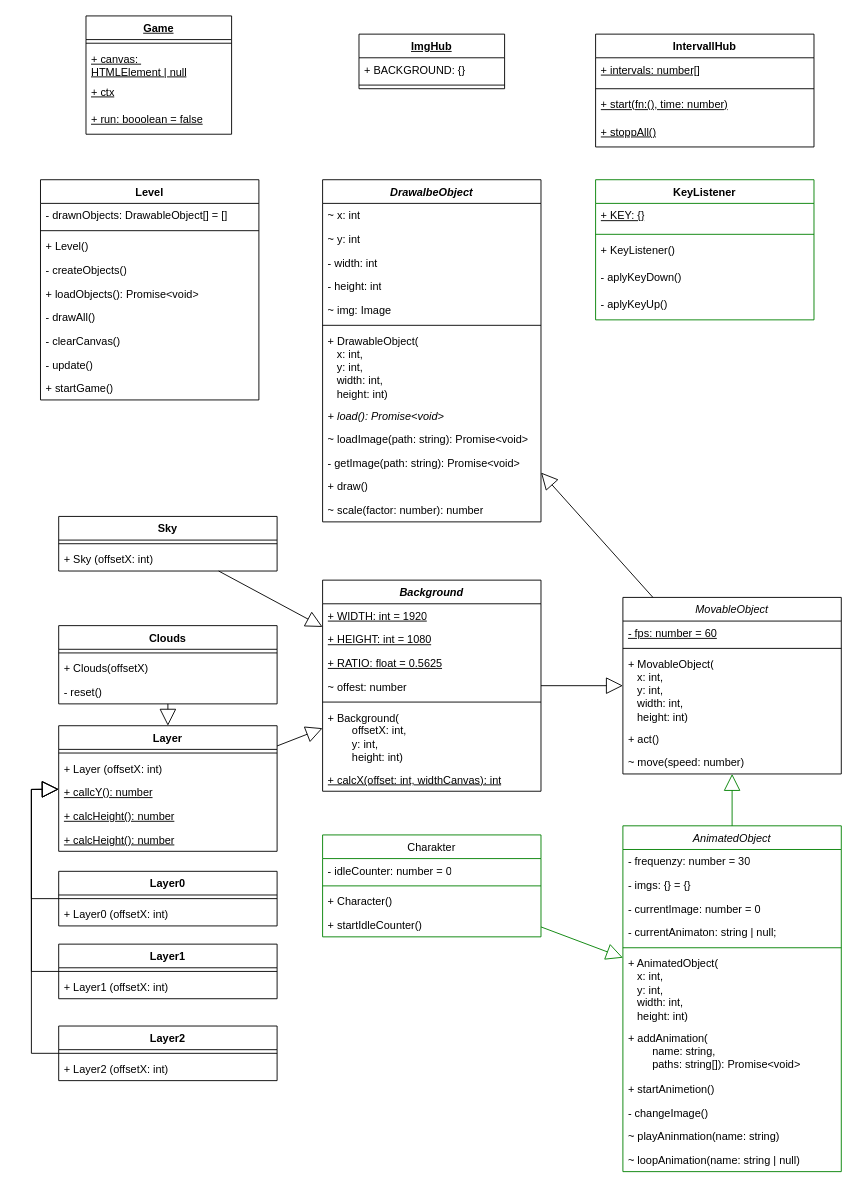
Earlier version of the draw.io diagram docs/classes.drawio (elma1989/el-pollo-loco). Source tidied: cells renumbered, new cells numbered last; positions are measured from the earlier drawing's top-left corner, leaving out a move shared by most shapes. Both pictures are drawn from the tidied source at 91%, with x=0, y=0 at pixel (31, 15).
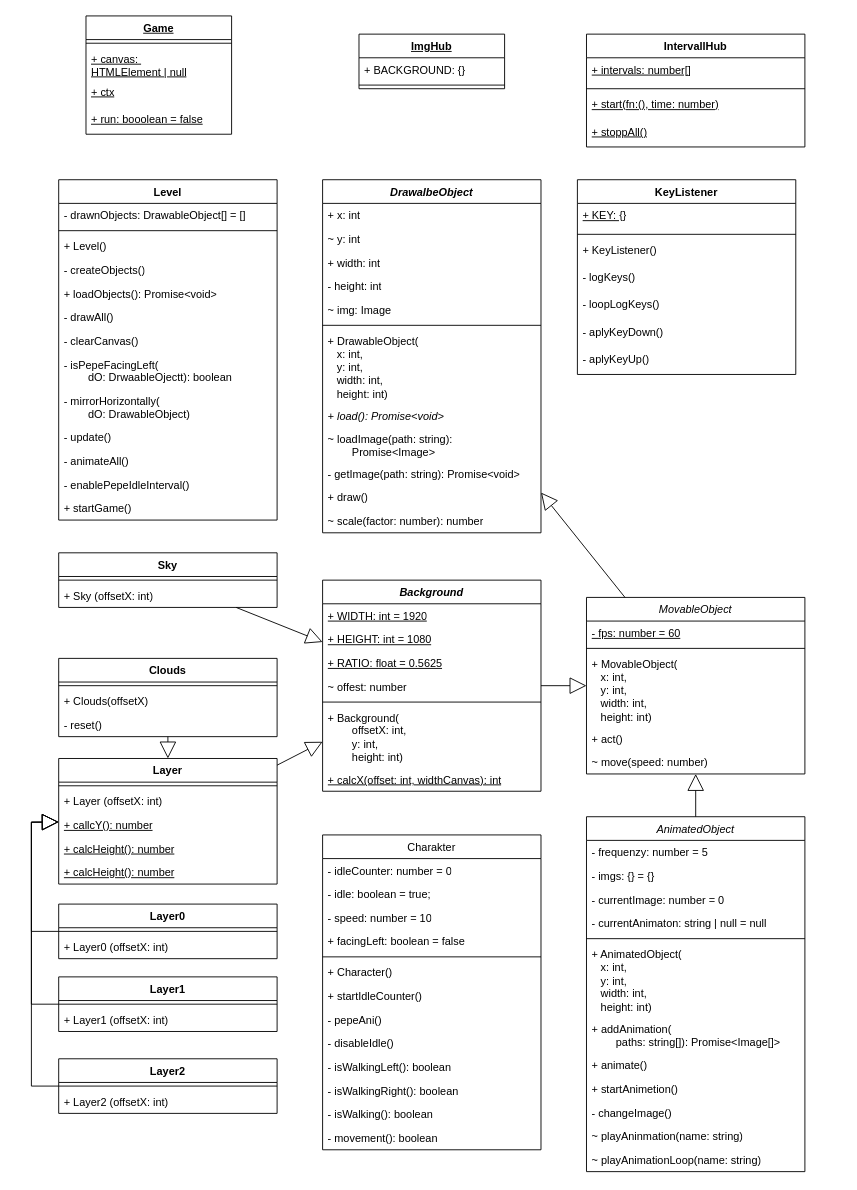
The same diagram, later.

Commit message (it also covers changes not shown here):
doc: Updated classes.drawio - Updated class diagram to Character (#40)

Change to the diagram source:
```diff
@@
     <mxCell id="10" value="DrawalbeObject" style="swimlane;fontStyle=3;align=center;verticalAlign=top;horizontal=1;startSize=26;whiteSpace=wrap;html=1;" parent="1" vertex="1">
-      <mxGeometry x="320" y="180" width="240" height="376" as="geometry" />
+      <mxGeometry x="320" y="180" width="240" height="388" as="geometry" />
     </mxCell>
-    <mxCell id="11" value="~ x: int" style="text;strokeColor=none;fillColor=none;align=left;verticalAlign=top;spacingLeft=4;spacingRight=4;overflow=hidden;whiteSpace=wrap;html=1;" parent="10" vertex="1">
+    <mxCell id="11" value="+ x: int" style="text;strokeColor=none;fillColor=none;align=left;verticalAlign=top;spacingLeft=4;spacingRight=4;overflow=hidden;whiteSpace=wrap;html=1;" parent="10" vertex="1">
       <mxGeometry y="26" width="240" height="26" as="geometry" />
     </mxCell>
@@
-    <mxCell id="13" value="- width: int" style="text;strokeColor=none;fillColor=none;align=left;verticalAlign=top;spacingLeft=4;spacingRight=4;overflow=hidden;whiteSpace=wrap;html=1;" parent="10" vertex="1">
+    <mxCell id="13" value="+ width: int" style="text;strokeColor=none;fillColor=none;align=left;verticalAlign=top;spacingLeft=4;spacingRight=4;overflow=hidden;whiteSpace=wrap;html=1;" parent="10" vertex="1">
       <mxGeometry y="78" width="240" height="26" as="geometry" />
     </mxCell>
@@
-    <mxCell id="19" value="~ loadImage(path: string): Promise&amp;lt;void&amp;gt;" style="text;strokeColor=none;fillColor=none;align=left;verticalAlign=top;spacingLeft=4;spacingRight=4;overflow=hidden;whiteSpace=wrap;html=1;fontStyle=0;" parent="10" vertex="1">
-      <mxGeometry y="272" width="240" height="26" as="geometry" />
+    <mxCell id="19" value="~ loadImage(path: string): &lt;span style=&quot;white-space: pre;&quot;&gt;&#9;&lt;/span&gt;Promise&amp;lt;Image&amp;gt;" style="text;strokeColor=none;fillColor=none;align=left;verticalAlign=top;spacingLeft=4;spacingRight=4;overflow=hidden;whiteSpace=wrap;html=1;fontStyle=0;" parent="10" vertex="1">
+      <mxGeometry y="272" width="240" height="38" as="geometry" />
     </mxCell>
     <mxCell id="20" value="- getImage(path: string): Promise&amp;lt;void&amp;gt;" style="text;strokeColor=none;fillColor=none;align=left;verticalAlign=top;spacingLeft=4;spacingRight=4;overflow=hidden;whiteSpace=wrap;html=1;" parent="10" vertex="1">
-      <mxGeometry y="298" width="240" height="26" as="geometry" />
+      <mxGeometry y="310" width="240" height="26" as="geometry" />
     </mxCell>
     <mxCell id="21" value="+ draw()" style="text;strokeColor=none;fillColor=none;align=left;verticalAlign=top;spacingLeft=4;spacingRight=4;overflow=hidden;whiteSpace=wrap;html=1;" parent="10" vertex="1">
-      <mxGeometry y="324" width="240" height="26" as="geometry" />
+      <mxGeometry y="336" width="240" height="26" as="geometry" />
     </mxCell>
     <mxCell id="22" value="~ scale(factor: number): number" style="text;strokeColor=none;fillColor=none;align=left;verticalAlign=top;spacingLeft=4;spacingRight=4;overflow=hidden;whiteSpace=wrap;html=1;" parent="10" vertex="1">
-      <mxGeometry y="350" width="240" height="26" as="geometry" />
+      <mxGeometry y="362" width="240" height="26" as="geometry" />
     </mxCell>
@@
     <mxCell id="31" value="Sky" style="swimlane;fontStyle=1;align=center;verticalAlign=top;horizontal=1;startSize=26;whiteSpace=wrap;html=1;" parent="1" vertex="1">
-      <mxGeometry x="30" y="550" width="240" height="60" as="geometry" />
+      <mxGeometry x="30" y="590" width="240" height="60" as="geometry" />
     </mxCell>
@@
     <mxCell id="34" value="Layer" style="swimlane;fontStyle=1;align=center;verticalAlign=top;horizontal=1;startSize=26;whiteSpace=wrap;html=1;" parent="1" vertex="1">
-      <mxGeometry x="30" y="780" width="240" height="138" as="geometry" />
+      <mxGeometry x="30" y="816" width="240" height="138" as="geometry" />
     </mxCell>
@@
     <mxCell id="40" value="Layer0" style="swimlane;fontStyle=1;align=center;verticalAlign=top;horizontal=1;startSize=26;whiteSpace=wrap;html=1;" parent="1" vertex="1">
-      <mxGeometry x="30" y="940" width="240" height="60" as="geometry" />
+      <mxGeometry x="30" y="976" width="240" height="60" as="geometry" />
     </mxCell>
@@
     <mxCell id="43" value="Layer1" style="swimlane;fontStyle=1;align=center;verticalAlign=top;horizontal=1;startSize=26;whiteSpace=wrap;html=1;" parent="1" vertex="1">
-      <mxGeometry x="30" y="1020" width="240" height="60" as="geometry" />
+      <mxGeometry x="30" y="1056" width="240" height="60" as="geometry" />
     </mxCell>
@@
     <mxCell id="46" value="Layer2" style="swimlane;fontStyle=1;align=center;verticalAlign=top;horizontal=1;startSize=26;whiteSpace=wrap;html=1;" parent="1" vertex="1">
-      <mxGeometry x="30" y="1110" width="240" height="60" as="geometry" />
+      <mxGeometry x="30" y="1146" width="240" height="60" as="geometry" />
     </mxCell>
@@
     <mxCell id="52" style="endArrow=block;endSize=16;endFill=0;html=1;rounded=0;exitX=0;exitY=0.5;exitDx=0;exitDy=0;" parent="1" edge="1" source="40" target="34">
       <mxGeometry relative="1" as="geometry">
         <Array as="points">
-          <mxPoint y="970" />
-          <mxPoint y="850" />
+          <mxPoint y="1006" />
+          <mxPoint y="886" />
         </Array>
       </mxGeometry>
     </mxCell>
     <mxCell id="53" style="endArrow=block;endSize=16;endFill=0;html=1;rounded=0;exitX=0;exitY=0.5;exitDx=0;exitDy=0;" parent="1" edge="1" source="43" target="34">
       <mxGeometry relative="1" as="geometry">
         <Array as="points">
-          <mxPoint y="1050" />
-          <mxPoint y="850" />
+          <mxPoint y="1086" />
+          <mxPoint y="886" />
         </Array>
       </mxGeometry>
     </mxCell>
     <mxCell id="54" style="endArrow=block;endSize=16;endFill=0;html=1;rounded=0;exitX=0;exitY=0.5;exitDx=0;exitDy=0;" parent="1" edge="1" source="46" target="34">
       <mxGeometry relative="1" as="geometry">
         <Array as="points">
-          <mxPoint y="1140" />
-          <mxPoint y="850" />
+          <mxPoint y="1176" />
+          <mxPoint y="886" />
         </Array>
       </mxGeometry>
     </mxCell>
     <mxCell id="55" value="Level" style="swimlane;fontStyle=1;align=center;verticalAlign=top;horizontal=1;startSize=26;whiteSpace=wrap;html=1;" parent="1" vertex="1">
-      <mxGeometry x="10" y="180" width="240" height="242" as="geometry" />
+      <mxGeometry x="30" y="180" width="240" height="374" as="geometry" />
     </mxCell>
@@
+    <mxCell id="107" value="- isPepeFacingLeft(&lt;div&gt;&lt;span style=&quot;white-space: pre;&quot;&gt;&#9;&lt;/span&gt;dO: DrwaableOjectt): boolean&lt;/div&gt;" style="text;strokeColor=none;fillColor=none;align=left;verticalAlign=top;spacingLeft=4;spacingRight=4;overflow=hidden;whiteSpace=wrap;html=1;" parent="55" vertex="1">
+      <mxGeometry y="190" width="240" height="40" as="geometry" />
+    </mxCell>
+    <mxCell id="108" value="- mirrorHorizontally(&lt;div&gt;&lt;span style=&quot;white-space: pre;&quot;&gt;&#9;&lt;/span&gt;dO: DrawableObject)&lt;/div&gt;" style="text;strokeColor=none;fillColor=none;align=left;verticalAlign=top;spacingLeft=4;spacingRight=4;overflow=hidden;whiteSpace=wrap;html=1;" parent="55" vertex="1">
+      <mxGeometry y="230" width="240" height="40" as="geometry" />
+    </mxCell>
     <mxCell id="63" value="- update()" style="text;strokeColor=none;fillColor=none;align=left;verticalAlign=top;spacingLeft=4;spacingRight=4;overflow=hidden;whiteSpace=wrap;html=1;" parent="55" vertex="1">
-      <mxGeometry y="190" width="240" height="26" as="geometry" />
+      <mxGeometry y="270" width="240" height="26" as="geometry" />
     </mxCell>
+    <mxCell id="109" value="- animateAll()" style="text;strokeColor=none;fillColor=none;align=left;verticalAlign=top;spacingLeft=4;spacingRight=4;overflow=hidden;whiteSpace=wrap;html=1;" parent="55" vertex="1">
+      <mxGeometry y="296" width="240" height="26" as="geometry" />
+    </mxCell>
+    <mxCell id="110" value="- enablePepeIdleInterval()" style="text;strokeColor=none;fillColor=none;align=left;verticalAlign=top;spacingLeft=4;spacingRight=4;overflow=hidden;whiteSpace=wrap;html=1;" parent="55" vertex="1">
+      <mxGeometry y="322" width="240" height="26" as="geometry" />
+    </mxCell>
     <mxCell id="64" value="+ startGame()" style="text;strokeColor=none;fillColor=none;align=left;verticalAlign=top;spacingLeft=4;spacingRight=4;overflow=hidden;whiteSpace=wrap;html=1;" parent="55" vertex="1">
-      <mxGeometry y="216" width="240" height="26" as="geometry" />
+      <mxGeometry y="348" width="240" height="26" as="geometry" />
     </mxCell>
     <mxCell id="65" value="MovableObject" style="swimlane;align=center;verticalAlign=top;horizontal=1;startSize=26;whiteSpace=wrap;html=1;strokeColor=default;fontStyle=2;" parent="1" vertex="1">
-      <mxGeometry x="650" y="639" width="240" height="194" as="geometry" />
+      <mxGeometry x="610" y="639" width="240" height="194" as="geometry" />
     </mxCell>
@@
     <mxCell id="71" value="IntervallHub" style="swimlane;align=center;verticalAlign=top;horizontal=1;startSize=26;whiteSpace=wrap;html=1;strokeColor=default;" parent="1" vertex="1">
-      <mxGeometry x="620" y="20" width="240" height="124" as="geometry" />
+      <mxGeometry x="610" y="20" width="240" height="124" as="geometry" />
     </mxCell>
@@
     <mxCell id="76" value="Clouds" style="swimlane;align=center;verticalAlign=top;horizontal=1;startSize=26;whiteSpace=wrap;html=1;strokeColor=default;" parent="1" vertex="1">
-      <mxGeometry x="30" y="670" width="240" height="86" as="geometry" />
+      <mxGeometry x="30" y="706" width="240" height="86" as="geometry" />
     </mxCell>
@@
-    <mxCell id="82" value="AnimatedObject" style="swimlane;align=center;verticalAlign=top;horizontal=1;startSize=26;whiteSpace=wrap;html=1;strokeColor=light-dark(#008000,#80FF80);fontStyle=2;" parent="1" vertex="1">
-      <mxGeometry x="650" y="890" width="240" height="380" as="geometry" />
+    <mxCell id="82" value="AnimatedObject" style="swimlane;align=center;verticalAlign=top;horizontal=1;startSize=26;whiteSpace=wrap;html=1;strokeColor=default;fontStyle=2;" parent="1" vertex="1">
+      <mxGeometry x="610" y="880" width="240" height="390" as="geometry" />
     </mxCell>
-    <mxCell id="83" value="- frequenzy: number = 30" style="text;strokeColor=none;fillColor=none;align=left;verticalAlign=top;spacingLeft=4;spacingRight=4;overflow=hidden;whiteSpace=wrap;html=1;fontStyle=0;" parent="82" vertex="1">
+    <mxCell id="83" value="- frequenzy: number = 5" style="text;strokeColor=none;fillColor=none;align=left;verticalAlign=top;spacingLeft=4;spacingRight=4;overflow=hidden;whiteSpace=wrap;html=1;fontStyle=0;" parent="82" vertex="1">
       <mxGeometry y="26" width="240" height="26" as="geometry" />
     </mxCell>
@@
-    <mxCell id="86" value="- currentAnimaton: string | null;" style="text;strokeColor=none;fillColor=none;align=left;verticalAlign=top;spacingLeft=4;spacingRight=4;overflow=hidden;whiteSpace=wrap;html=1;fontStyle=0;" parent="82" vertex="1">
+    <mxCell id="86" value="- currentAnimaton: string | null = null" style="text;strokeColor=none;fillColor=none;align=left;verticalAlign=top;spacingLeft=4;spacingRight=4;overflow=hidden;whiteSpace=wrap;html=1;fontStyle=0;" parent="82" vertex="1">
       <mxGeometry y="104" width="240" height="26" as="geometry" />
     </mxCell>
@@
-    <mxCell id="89" value="+ addAnimation(&lt;div&gt;&lt;span style=&quot;white-space: pre;&quot;&gt;&#9;&lt;/span&gt;name: string,&lt;br&gt;&lt;/div&gt;&lt;div&gt;&lt;span style=&quot;white-space: pre;&quot;&gt;&#9;&lt;/span&gt;paths: string[]): Promise&amp;lt;void&amp;gt;&lt;br&gt;&lt;/div&gt;" style="text;strokeColor=none;fillColor=none;align=left;verticalAlign=top;spacingLeft=4;spacingRight=4;overflow=hidden;whiteSpace=wrap;html=1;fontStyle=0;" parent="82" vertex="1">
-      <mxGeometry y="220" width="240" height="56" as="geometry" />
+    <mxCell id="89" value="+ addAnimation(&lt;div&gt;&lt;span style=&quot;white-space: pre;&quot;&gt;&#9;&lt;/span&gt;paths: string[]): Promise&amp;lt;Image[]&amp;gt;&lt;br&gt;&lt;/div&gt;" style="text;strokeColor=none;fillColor=none;align=left;verticalAlign=top;spacingLeft=4;spacingRight=4;overflow=hidden;whiteSpace=wrap;html=1;fontStyle=0;" parent="82" vertex="1">
+      <mxGeometry y="220" width="240" height="40" as="geometry" />
     </mxCell>
+    <mxCell id="111" value="+ animate()" style="text;strokeColor=none;fillColor=none;align=left;verticalAlign=top;spacingLeft=4;spacingRight=4;overflow=hidden;whiteSpace=wrap;html=1;fontStyle=0;" parent="82" vertex="1">
+      <mxGeometry y="260" width="240" height="26" as="geometry" />
+    </mxCell>
     <mxCell id="90" value="+ startAnimetion()" style="text;strokeColor=none;fillColor=none;align=left;verticalAlign=top;spacingLeft=4;spacingRight=4;overflow=hidden;whiteSpace=wrap;html=1;fontStyle=0;" parent="82" vertex="1">
-      <mxGeometry y="276" width="240" height="26" as="geometry" />
+      <mxGeometry y="286" width="240" height="26" as="geometry" />
     </mxCell>
     <mxCell id="91" value="- changeImage()" style="text;strokeColor=none;fillColor=none;align=left;verticalAlign=top;spacingLeft=4;spacingRight=4;overflow=hidden;whiteSpace=wrap;html=1;fontStyle=0;" parent="82" vertex="1">
-      <mxGeometry y="302" width="240" height="26" as="geometry" />
+      <mxGeometry y="312" width="240" height="26" as="geometry" />
     </mxCell>
     <mxCell id="92" value="~ playAninmation(name: string)" style="text;strokeColor=none;fillColor=none;align=left;verticalAlign=top;spacingLeft=4;spacingRight=4;overflow=hidden;whiteSpace=wrap;html=1;fontStyle=0;" parent="82" vertex="1">
-      <mxGeometry y="328" width="240" height="26" as="geometry" />
+      <mxGeometry y="338" width="240" height="26" as="geometry" />
     </mxCell>
-    <mxCell id="93" value="~ loopAnimation(name: string | null)" style="text;strokeColor=none;fillColor=none;align=left;verticalAlign=top;spacingLeft=4;spacingRight=4;overflow=hidden;whiteSpace=wrap;html=1;fontStyle=0;" parent="82" vertex="1">
-      <mxGeometry y="354" width="240" height="26" as="geometry" />
+    <mxCell id="93" value="~ playAnimationLoop(name: string)" style="text;strokeColor=none;fillColor=none;align=left;verticalAlign=top;spacingLeft=4;spacingRight=4;overflow=hidden;whiteSpace=wrap;html=1;fontStyle=0;" parent="82" vertex="1">
+      <mxGeometry y="364" width="240" height="26" as="geometry" />
     </mxCell>
-    <mxCell id="94" value="KeyListener" style="swimlane;align=center;verticalAlign=top;horizontal=1;startSize=26;whiteSpace=wrap;html=1;strokeColor=light-dark(#008000,#80FF80);" parent="1" vertex="1">
-      <mxGeometry x="620" y="180" width="240" height="154" as="geometry" />
+    <mxCell id="94" value="KeyListener" style="swimlane;align=center;verticalAlign=top;horizontal=1;startSize=26;whiteSpace=wrap;html=1;strokeColor=default;" parent="1" vertex="1">
+      <mxGeometry x="600" y="180" width="240" height="214" as="geometry" />
     </mxCell>
@@
+    <mxCell id="112" value="- logKeys()" style="text;strokeColor=none;fillColor=none;align=left;verticalAlign=top;spacingLeft=4;spacingRight=4;overflow=hidden;whiteSpace=wrap;html=1;fontStyle=0;" parent="94" vertex="1">
+      <mxGeometry y="94" width="240" height="30" as="geometry" />
+    </mxCell>
+    <mxCell id="113" value="- loopLogKeys()" style="text;strokeColor=none;fillColor=none;align=left;verticalAlign=top;spacingLeft=4;spacingRight=4;overflow=hidden;whiteSpace=wrap;html=1;fontStyle=0;" parent="94" vertex="1">
+      <mxGeometry y="124" width="240" height="30" as="geometry" />
+    </mxCell>
     <mxCell id="98" value="- a&lt;span style=&quot;background-color: transparent; color: light-dark(rgb(0, 0, 0), rgb(255, 255, 255));&quot;&gt;plyKeyDown()&lt;/span&gt;" style="text;strokeColor=none;fillColor=none;align=left;verticalAlign=top;spacingLeft=4;spacingRight=4;overflow=hidden;whiteSpace=wrap;html=1;fontStyle=0;" parent="94" vertex="1">
-      <mxGeometry y="94" width="240" height="30" as="geometry" />
+      <mxGeometry y="154" width="240" height="30" as="geometry" />
     </mxCell>
     <mxCell id="99" value="- aplyKeyUp()&amp;nbsp;" style="text;strokeColor=none;fillColor=none;align=left;verticalAlign=top;spacingLeft=4;spacingRight=4;overflow=hidden;whiteSpace=wrap;html=1;fontStyle=0;" parent="94" vertex="1">
-      <mxGeometry y="124" width="240" height="30" as="geometry" />
+      <mxGeometry y="184" width="240" height="30" as="geometry" />
     </mxCell>
-    <mxCell id="100" style="endArrow=block;endSize=16;endFill=0;html=1;rounded=0;strokeColor=light-dark(#008000,#80FF80);" parent="1" edge="1" source="82" target="65">
+    <mxCell id="100" style="endArrow=block;endSize=16;endFill=0;html=1;rounded=0;strokeColor=default;" parent="1" edge="1" source="82" target="65">
       <mxGeometry relative="1" as="geometry" />
     </mxCell>
-    <mxCell id="101" value="Charakter" style="swimlane;align=center;verticalAlign=top;horizontal=1;startSize=26;whiteSpace=wrap;html=1;strokeColor=light-dark(#008000,#80FF80);fontStyle=0;" parent="1" vertex="1">
-      <mxGeometry x="320" y="900" width="240" height="112" as="geometry" />
+    <mxCell id="101" value="Charakter" style="swimlane;align=center;verticalAlign=top;horizontal=1;startSize=26;whiteSpace=wrap;html=1;strokeColor=default;fontStyle=0;" parent="1" vertex="1">
+      <mxGeometry x="320" y="900" width="240" height="346" as="geometry" />
     </mxCell>
@@
+    <mxCell id="114" value="- idle: boolean = true;" style="text;strokeColor=none;fillColor=none;align=left;verticalAlign=top;spacingLeft=4;spacingRight=4;overflow=hidden;whiteSpace=wrap;html=1;fontStyle=0;" parent="101" vertex="1">
+      <mxGeometry y="52" width="240" height="26" as="geometry" />
+    </mxCell>
+    <mxCell id="115" value="- speed: number = 10" style="text;strokeColor=none;fillColor=none;align=left;verticalAlign=top;spacingLeft=4;spacingRight=4;overflow=hidden;whiteSpace=wrap;html=1;fontStyle=0;" parent="101" vertex="1">
+      <mxGeometry y="78" width="240" height="26" as="geometry" />
+    </mxCell>
+    <mxCell id="116" value="+ facingLeft: boolean = false" style="text;strokeColor=none;fillColor=none;align=left;verticalAlign=top;spacingLeft=4;spacingRight=4;overflow=hidden;whiteSpace=wrap;html=1;fontStyle=0;" parent="101" vertex="1">
+      <mxGeometry y="104" width="240" height="26" as="geometry" />
+    </mxCell>
     <mxCell id="103" style="line;strokeWidth=1;fillColor=none;align=left;verticalAlign=middle;spacingTop=-1;spacingLeft=3;spacingRight=3;labelPosition=right;strokeColor=inherit;" parent="101" vertex="1">
-      <mxGeometry y="52" width="240" height="8" as="geometry" />
+      <mxGeometry y="130" width="240" height="8" as="geometry" />
     </mxCell>
     <mxCell id="104" value="+ Character()" style="text;strokeColor=none;fillColor=none;align=left;verticalAlign=top;spacingLeft=4;spacingRight=4;overflow=hidden;whiteSpace=wrap;html=1;fontStyle=0;" parent="101" vertex="1">
-      <mxGeometry y="60" width="240" height="26" as="geometry" />
+      <mxGeometry y="138" width="240" height="26" as="geometry" />
     </mxCell>
     <mxCell id="105" value="+ startIdleCounter()" style="text;strokeColor=none;fillColor=none;align=left;verticalAlign=top;spacingLeft=4;spacingRight=4;overflow=hidden;whiteSpace=wrap;html=1;fontStyle=0;" parent="101" vertex="1">
-      <mxGeometry y="86" width="240" height="26" as="geometry" />
+      <mxGeometry y="164" width="240" height="26" as="geometry" />
     </mxCell>
+    <mxCell id="117" value="- pepeAni()" style="text;strokeColor=none;fillColor=none;align=left;verticalAlign=top;spacingLeft=4;spacingRight=4;overflow=hidden;whiteSpace=wrap;html=1;fontStyle=0;" parent="101" vertex="1">
+      <mxGeometry y="190" width="240" height="26" as="geometry" />
+    </mxCell>
+    <mxCell id="118" value="- disableIdle()" style="text;strokeColor=none;fillColor=none;align=left;verticalAlign=top;spacingLeft=4;spacingRight=4;overflow=hidden;whiteSpace=wrap;html=1;fontStyle=0;" parent="101" vertex="1">
+      <mxGeometry y="216" width="240" height="26" as="geometry" />
+    </mxCell>
+    <mxCell id="119" value="- isWalkingLeft(): boolean" style="text;strokeColor=none;fillColor=none;align=left;verticalAlign=top;spacingLeft=4;spacingRight=4;overflow=hidden;whiteSpace=wrap;html=1;fontStyle=0;" parent="101" vertex="1">
+      <mxGeometry y="242" width="240" height="26" as="geometry" />
+    </mxCell>
+    <mxCell id="120" value="- isWalkingRight(): boolean" style="text;strokeColor=none;fillColor=none;align=left;verticalAlign=top;spacingLeft=4;spacingRight=4;overflow=hidden;whiteSpace=wrap;html=1;fontStyle=0;" parent="101" vertex="1">
+      <mxGeometry y="268" width="240" height="26" as="geometry" />
+    </mxCell>
+    <mxCell id="121" value="- isWalking(): boolean" style="text;strokeColor=none;fillColor=none;align=left;verticalAlign=top;spacingLeft=4;spacingRight=4;overflow=hidden;whiteSpace=wrap;html=1;fontStyle=0;" parent="101" vertex="1">
+      <mxGeometry y="294" width="240" height="26" as="geometry" />
+    </mxCell>
+    <mxCell id="122" value="- movement(): boolean" style="text;strokeColor=none;fillColor=none;align=left;verticalAlign=top;spacingLeft=4;spacingRight=4;overflow=hidden;whiteSpace=wrap;html=1;fontStyle=0;" parent="101" vertex="1">
+      <mxGeometry y="320" width="240" height="26" as="geometry" />
+    </mxCell>
-    <mxCell id="106" style="endArrow=block;endSize=16;endFill=0;html=1;rounded=0;strokeColor=light-dark(#008000,#80FF80);" parent="1" edge="1" source="101" target="82">
+    <mxCell id="106" style="endArrow=block;endSize=16;endFill=0;html=1;rounded=0;strokeColor=none;" parent="1" edge="1" source="101" target="82">
       <mxGeometry relative="1" as="geometry" />
     </mxCell>
```
